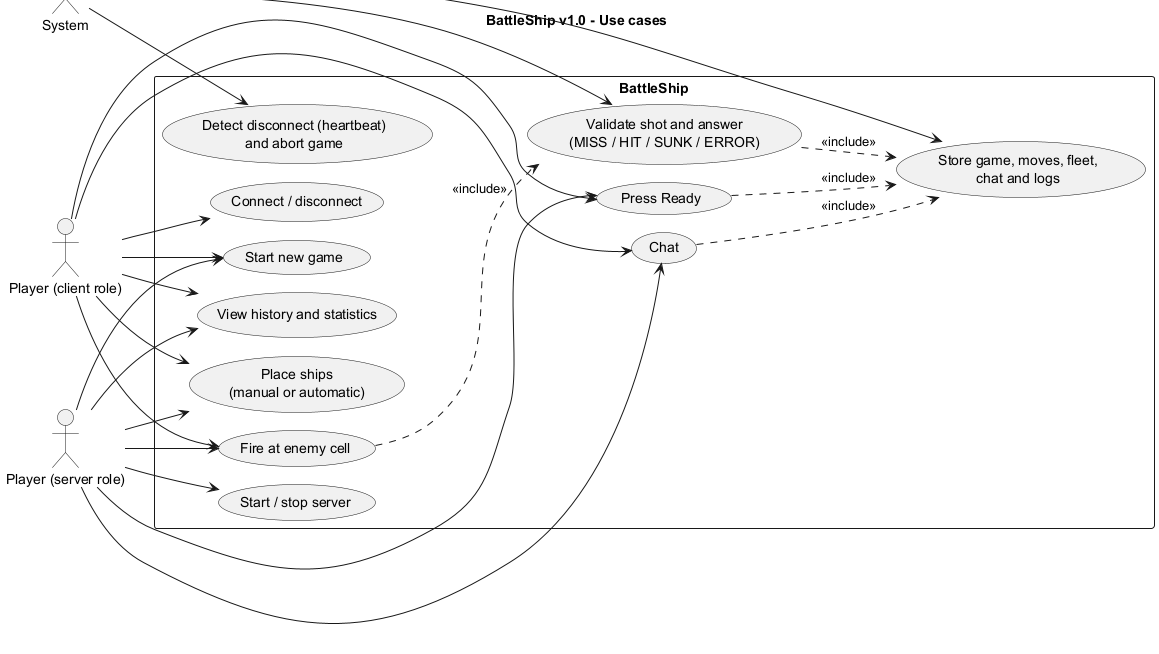
okantao/vurgahpeyi keeps this PlantUML diagram as docs/diagrams/usecase.png. Above is the earlier version.
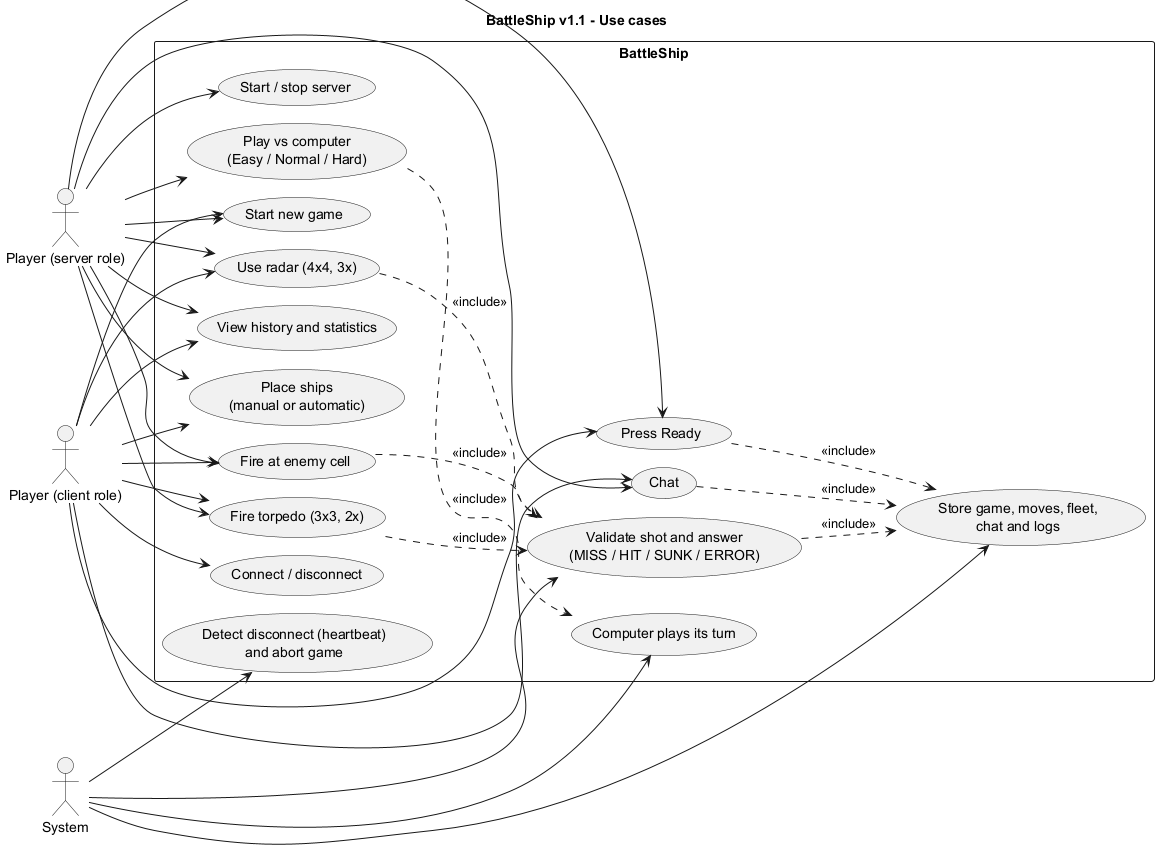
After the change.

The edit, as a diff of the source:
```diff
@@ -1,6 +1,6 @@
 @startuml usecase
 !pragma layout smetana
-title BattleShip v1.0 - Use cases
+title BattleShip v1.1 - Use cases
 left to right direction
 
 actor "Player (server role)" as Server
@@ -13,6 +13,10 @@
   usecase "Place ships\n(manual or automatic)" as UC3
   usecase "Press Ready" as UC4
   usecase "Fire at enemy cell" as UC5
+  usecase "Use radar (4x4, 3x)" as UC12
+  usecase "Fire torpedo (3x3, 2x)" as UC13
+  usecase "Play vs computer\n(Easy / Normal / Hard)" as UC14
+  usecase "Computer plays its turn" as UC15
   usecase "Chat" as UC6
   usecase "View history and statistics" as UC7
   usecase "Start new game" as UC8
@@ -37,6 +41,15 @@
 Client --> UC8
 
 UC5 ..> UC9 : <<include>>
+UC12 ..> UC9 : <<include>>
+UC13 ..> UC9 : <<include>>
+Server --> UC12
+Client --> UC12
+Server --> UC13
+Client --> UC13
+Server --> UC14
+UC14 ..> UC15 : <<include>>
+System --> UC15
 UC9 ..> UC10 : <<include>>
 UC4 ..> UC10 : <<include>>
 UC6 ..> UC10 : <<include>>
```
